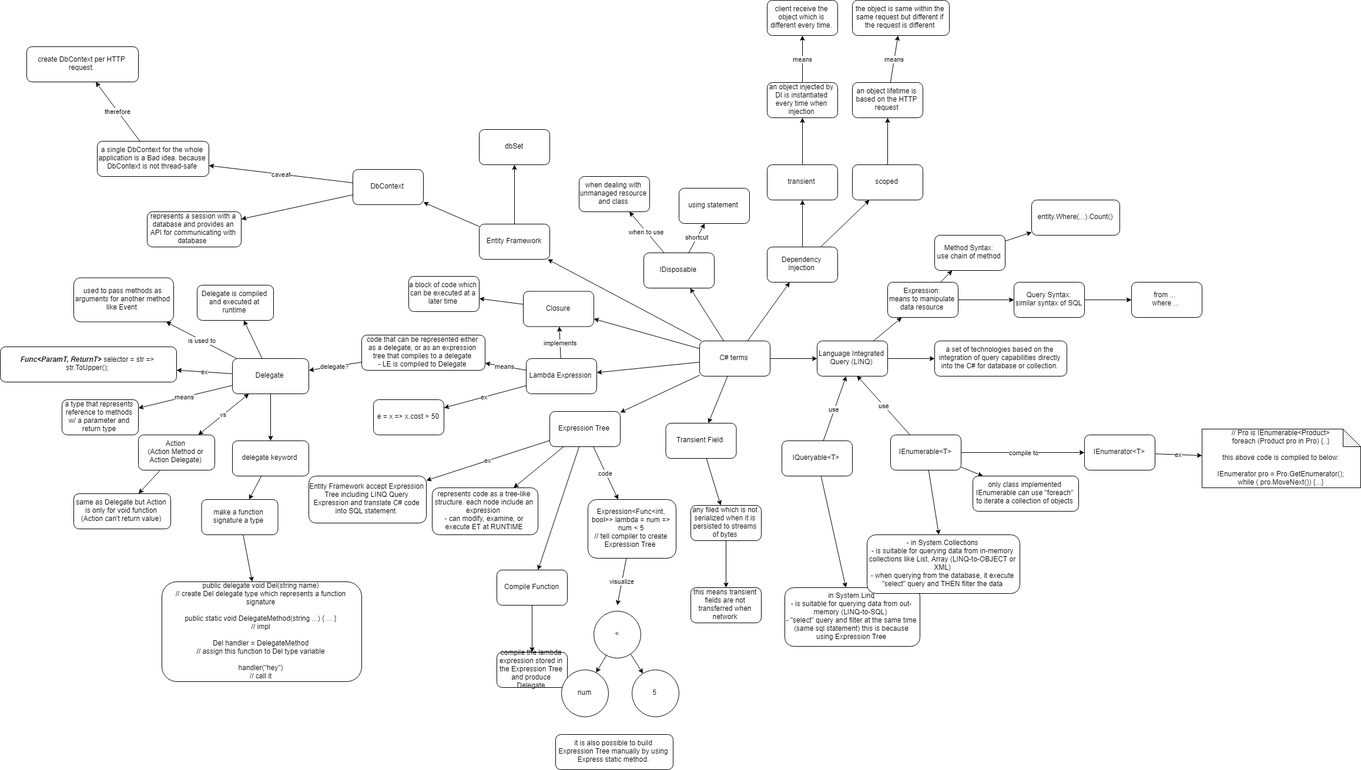
stsiwo/cSharp_concept keeps this draw.io diagram as programming_terms_advance.PNG. Above is the earlier version. Source tidied: cells renumbered, new cells last; positions are measured from the earlier drawing's top-left corner, leaving out a move shared by most shapes.
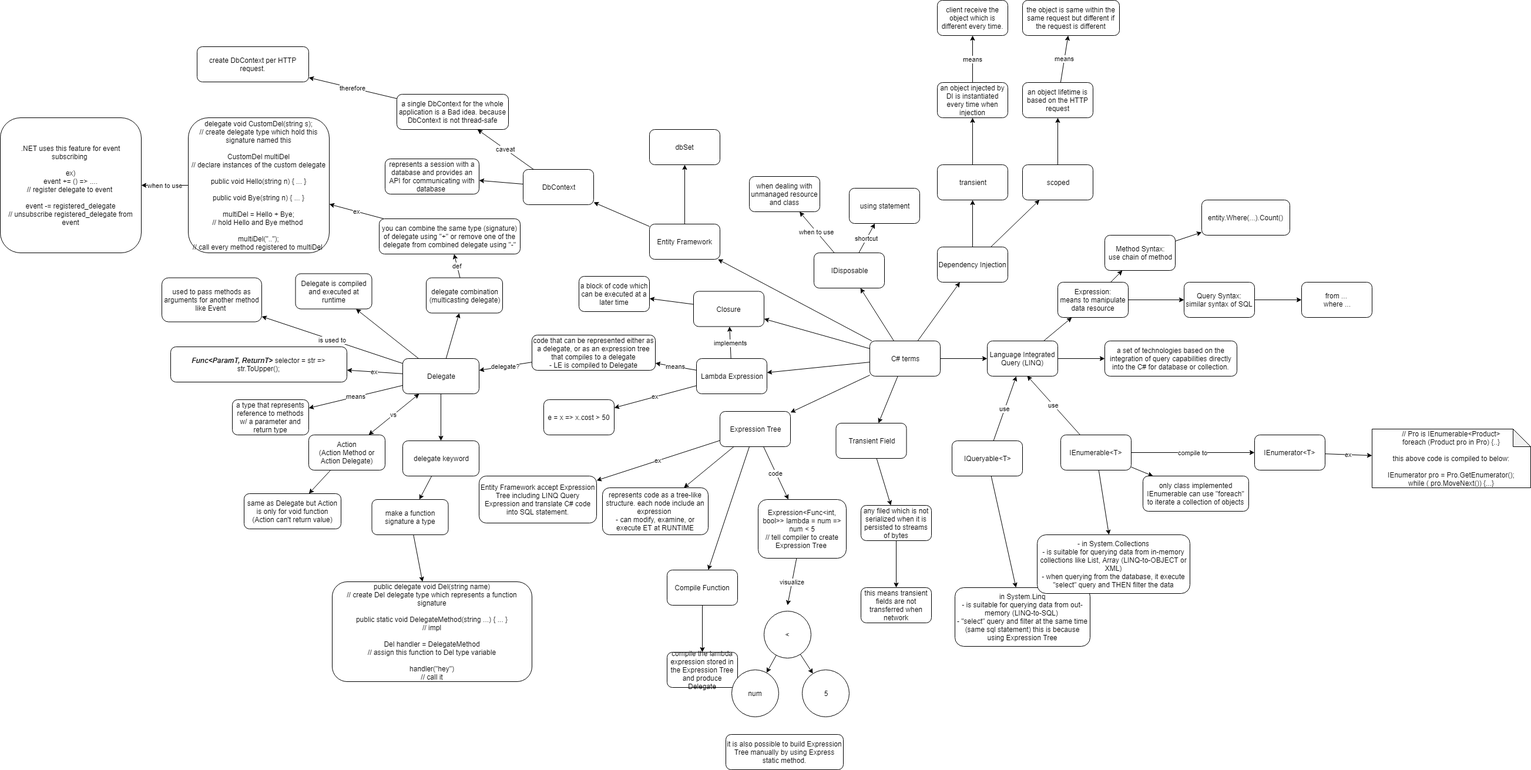
After the change.

The edit, as a diff of the source:
```diff
@@ -132,13 +132,13 @@
       <mxGeometry relative="1" as="geometry" />
     </mxCell>
     <mxCell id="45" value="a single DbContext for the whole application is a Bad idea. because DbContext is not thread-safe" style="rounded=1;whiteSpace=wrap;html=1;" parent="1" vertex="1">
-      <mxGeometry x="165" y="240" width="190" height="60" as="geometry" />
+      <mxGeometry x="385" y="160" width="190" height="60" as="geometry" />
     </mxCell>
     <mxCell id="46" value="create DbContext per HTTP request." style="rounded=1;whiteSpace=wrap;html=1;" parent="1" vertex="1">
       <mxGeometry x="45" y="79" width="190" height="60" as="geometry" />
     </mxCell>
     <mxCell id="47" value="represents a session with a database and provides an API for communicating with database&amp;nbsp;" style="rounded=1;whiteSpace=wrap;html=1;" parent="1" vertex="1">
-      <mxGeometry x="250" y="360" width="160" height="60" as="geometry" />
+      <mxGeometry x="365" y="270" width="160" height="60" as="geometry" />
     </mxCell>
     <mxCell id="48" style="edgeStyle=none;rounded=0;jettySize=auto;html=1;" parent="1" edge="1" source="50" target="60">
       <mxGeometry relative="1" as="geometry" />
@@ -292,9 +292,33 @@
     <mxCell id="97" style="edgeStyle=orthogonalEdgeStyle;rounded=0;jettySize=auto;html=1;" parent="1" edge="1" source="98" target="100">
       <mxGeometry relative="1" as="geometry" />
     </mxCell>
+    <mxCell id="119" style="rounded=0;jettySize=auto;html=1;" parent="1" edge="1" source="98" target="121">
+      <mxGeometry relative="1" as="geometry" />
+    </mxCell>
     <mxCell id="98" value="Delegate" style="rounded=1;whiteSpace=wrap;html=1;" parent="1" vertex="1">
       <mxGeometry x="395" y="610" width="130" height="60" as="geometry" />
     </mxCell>
+    <mxCell id="120" value="def" style="edgeStyle=none;rounded=0;jettySize=auto;html=1;" parent="1" edge="1" source="121" target="123">
+      <mxGeometry relative="1" as="geometry" />
+    </mxCell>
+    <mxCell id="121" value="delegate combination&lt;br&gt;(multicasting delegate)" style="rounded=1;whiteSpace=wrap;html=1;" parent="1" vertex="1">
+      <mxGeometry x="435" y="472.5" width="130" height="60" as="geometry" />
+    </mxCell>
+    <mxCell id="122" value="ex" style="edgeStyle=none;rounded=0;jettySize=auto;html=1;" parent="1" edge="1" source="123" target="125">
+      <mxGeometry relative="1" as="geometry" />
+    </mxCell>
+    <mxCell id="123" value="you can combine the same type (signature) of delegate using &quot;+&quot; or remove one of the delegate from combined delegate using &quot;-&quot;" style="rounded=1;whiteSpace=wrap;html=1;" parent="1" vertex="1">
+      <mxGeometry x="355" y="372" width="240" height="60" as="geometry" />
+    </mxCell>
+    <mxCell id="124" value="when to use" style="edgeStyle=none;rounded=0;jettySize=auto;html=1;" parent="1" edge="1" source="125" target="126">
+      <mxGeometry relative="1" as="geometry" />
+    </mxCell>
+    <mxCell id="125" value="delegate void CustomDel(string s);&lt;br&gt;// create delegate type which hold this signature named this&lt;br&gt;&lt;br&gt;CustomDel multiDel&lt;br&gt;// declare instances of the custom delegate&lt;br&gt;&lt;br&gt;public void Hello(string n) { ... }&lt;br&gt;&lt;br&gt;public void Bye(string n) { ... }&lt;br&gt;&lt;br&gt;multiDel = Hello + Bye;&lt;br&gt;// hold Hello and Bye method&amp;nbsp;&lt;br&gt;&lt;br&gt;multiDel(&quot;..&quot;);&lt;br&gt;// call every method registered to multiDel&amp;nbsp;" style="rounded=1;whiteSpace=wrap;html=1;" parent="1" vertex="1">
+      <mxGeometry x="30" y="200" width="240" height="230" as="geometry" />
+    </mxCell>
+    <mxCell id="126" value=".NET uses this feature for event subscribing&amp;nbsp;&lt;br&gt;&lt;br&gt;ex)&lt;br&gt;event += () =&amp;gt; ....&lt;br&gt;// register delegate to event&amp;nbsp;&lt;br&gt;&lt;br&gt;event -= registered_delegate&lt;br&gt;// unsubscribe registered_delegate from event" style="rounded=1;whiteSpace=wrap;html=1;" parent="1" vertex="1">
+      <mxGeometry x="-290" y="200" width="240" height="230" as="geometry" />
+    </mxCell>
     <mxCell id="99" style="rounded=0;jettySize=auto;html=1;" parent="1" edge="1" source="100" target="102">
       <mxGeometry relative="1" as="geometry" />
     </mxCell>
@@ -320,10 +344,10 @@
       <mxGeometry x="125" y="840" width="165" height="60" as="geometry" />
     </mxCell>
     <mxCell id="107" value="Delegate is compiled and executed at runtime" style="rounded=1;whiteSpace=wrap;html=1;" parent="1" vertex="1">
-      <mxGeometry x="335" y="485" width="130" height="60" as="geometry" />
+      <mxGeometry x="212.5" y="465.5" width="130" height="60" as="geometry" />
     </mxCell>
     <mxCell id="108" value="used to pass methods as arguments for another method like Event&amp;nbsp;" style="rounded=1;whiteSpace=wrap;html=1;" parent="1" vertex="1">
-      <mxGeometry x="125" y="472.5" width="170" height="75" as="geometry" />
+      <mxGeometry x="-15" y="472.5" width="170" height="75" as="geometry" />
     </mxCell>
     <mxCell id="109" value="&lt;b&gt;&lt;i&gt;Func&amp;lt;ParamT, ReturnT&amp;gt;&lt;/i&gt;&lt;/b&gt; selector = str =&amp;gt; str.ToUpper();" style="rounded=1;whiteSpace=wrap;html=1;" parent="1" vertex="1">
       <mxGeometry y="590" width="300" height="60" as="geometry" />
```
